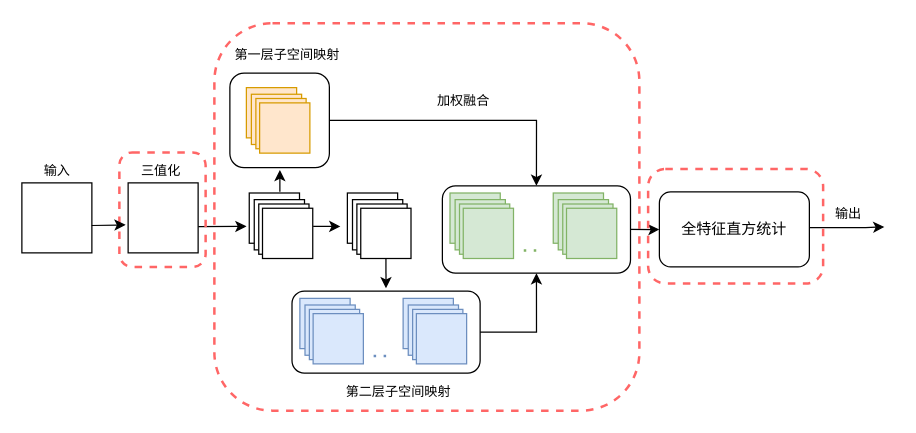
Above: 最终PCANet.drawio in Liz606/Liz-todos (draw.io), before the change. Source tidied: cells renumbered, new cells numbered last; positions are measured from the earlier drawing's top-left corner, leaving out a move shared by most shapes. Both pictures are drawn from the tidied source at 125%, with x=0, y=0 at pixel (21, 22).
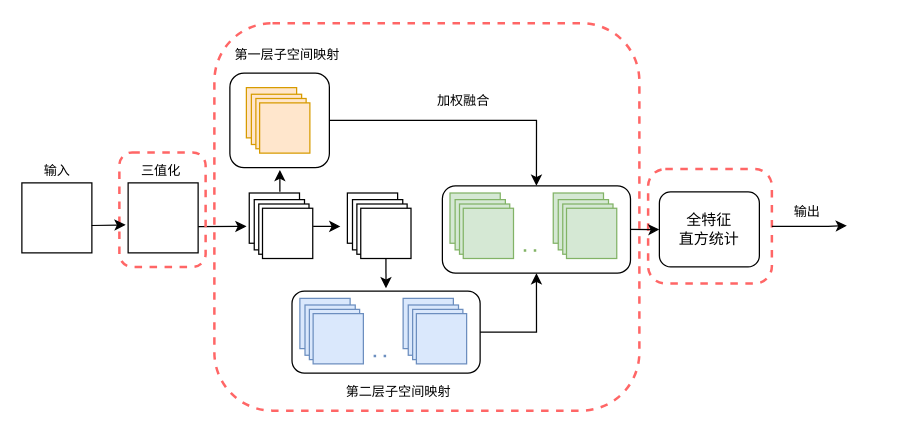
The same page after the edit.

Diff of the diagram source:
```diff
@@
+    <mxCell id="56" style="rounded=1;whiteSpace=wrap;html=1;fillColor=none;dashed=1;strokeColor=#FF6666;strokeWidth=2;" parent="1" vertex="1">
+      <mxGeometry x="501" y="116.7" width="99" height="91.6" as="geometry" />
+    </mxCell>
@@
     <mxCell id="49" value="输出" style="text;html=1;align=center;verticalAlign=middle;fontSize=10.5;" parent="1" vertex="1">
-      <mxGeometry x="641" y="142.2" width="40" height="20" as="geometry" />
+      <mxGeometry x="608" y="141.2" width="40" height="20" as="geometry" />
     </mxCell>
@@
-    <mxCell id="53" value="全特征直方统计" style="rounded=1;whiteSpace=wrap;html=1;" parent="1" vertex="1">
-      <mxGeometry x="510" y="135" width="120" height="60" as="geometry" />
+    <mxCell id="53" value="全特征&lt;br&gt;直方统计" style="rounded=1;whiteSpace=wrap;html=1;" parent="1" vertex="1">
+      <mxGeometry x="510" y="135" width="80" height="60" as="geometry" />
     </mxCell>
@@
     <mxCell id="55" style="edgeStyle=orthogonalEdgeStyle;rounded=0;orthogonalLoop=1;jettySize=auto;html=1;exitX=1;exitY=0.5;exitDx=0;exitDy=0;" parent="1" edge="1">
-      <mxGeometry x="277" y="68.4" as="geometry">
-        <mxPoint x="630" y="163.5" as="sourcePoint" />
-        <mxPoint x="690" y="163" as="targetPoint" />
+      <mxGeometry x="247" y="67.4" as="geometry">
+        <mxPoint x="600" y="162.5" as="sourcePoint" />
+        <mxPoint x="660" y="162" as="targetPoint" />
         <Array as="points">
-          <mxPoint x="675" y="164" />
-          <mxPoint x="720" y="163" />
+          <mxPoint x="645" y="163" />
+          <mxPoint x="690" y="162" />
         </Array>
       </mxGeometry>
     </mxCell>
-    <mxCell id="56" style="rounded=1;whiteSpace=wrap;html=1;fillColor=none;dashed=1;strokeColor=#FF6666;strokeWidth=2;" parent="1" vertex="1">
-      <mxGeometry x="501" y="116.7" width="140" height="91.6" as="geometry" />
-    </mxCell>
```
